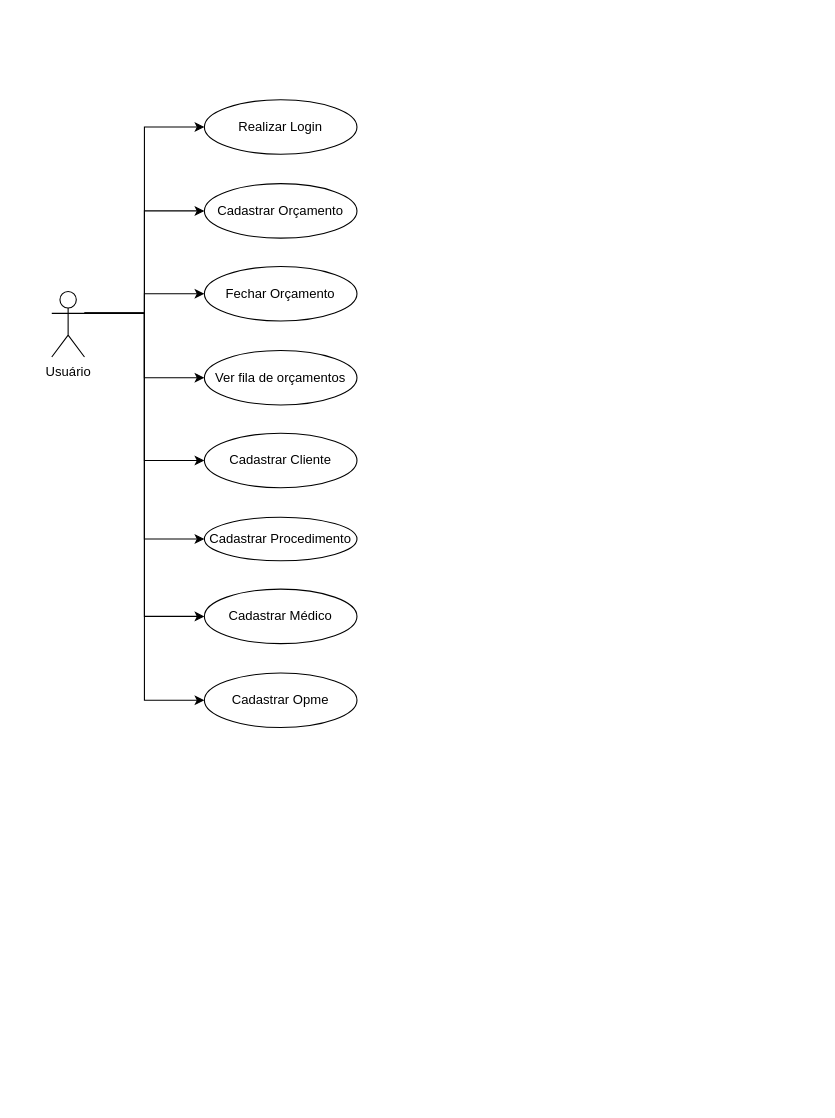
Earlier version of the draw.io diagram page "UML Use Cases" (2 of 2) of 0_docs/pic2-diagramas.drawio (marcosmorais5/cruzeiro-pit-ii). Source tidied: cells renumbered, new cells numbered last; positions are measured from the earlier drawing's top-left corner, leaving out a move shared by most shapes. Both pictures are drawn from the tidied source at 109%, with x=0, y=0 at pixel (51, 99).
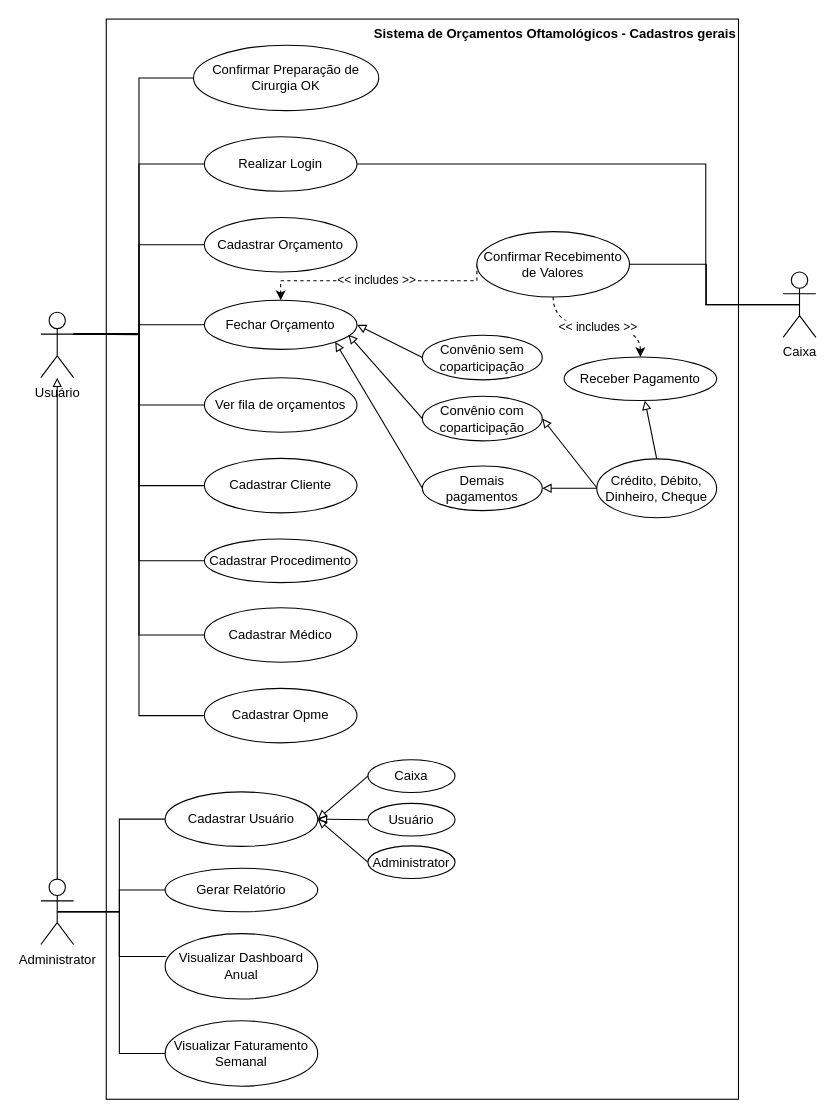
The same diagram, later.

Commit message (it also covers changes not shown here):
Corrigido um bug. Era possível excluir um orçamento, mesmo após o recebimento pelo caixa, agora não é mais possível.

Change to the diagram source:
```diff
@@
+    <mxCell id="19" value="Sistema de Orçamentos Oftamológicos - Cadastros gerais" style="rounded=0;whiteSpace=wrap;html=1;fillColor=none;verticalAlign=top;fontStyle=1;align=right;" parent="1" vertex="1">
+      <mxGeometry x="50" y="-74" width="580" height="991" as="geometry" />
+    </mxCell>
-    <mxCell id="2" style="edgeStyle=orthogonalEdgeStyle;rounded=0;jettySize=auto;html=1;exitX=1;exitY=0.3333333333333333;exitDx=0;exitDy=0;exitPerimeter=0;entryX=0;entryY=0.5;entryDx=0;entryDy=0;" parent="1" edge="1" source="9" target="11">
+    <mxCell id="2" style="edgeStyle=orthogonalEdgeStyle;rounded=0;jettySize=auto;html=1;exitX=1;exitY=0.3333333333333333;exitDx=0;exitDy=0;exitPerimeter=0;entryX=0;entryY=0.5;entryDx=0;entryDy=0;endArrow=none;endFill=0;" parent="1" edge="1" source="9" target="11">
       <mxGeometry relative="1" as="geometry" />
     </mxCell>
-    <mxCell id="3" style="edgeStyle=orthogonalEdgeStyle;rounded=0;jettySize=auto;html=1;exitX=1;exitY=0.3333333333333333;exitDx=0;exitDy=0;exitPerimeter=0;entryX=0;entryY=0.5;entryDx=0;entryDy=0;" parent="1" edge="1" source="9" target="12">
+    <mxCell id="3" style="edgeStyle=orthogonalEdgeStyle;rounded=0;jettySize=auto;html=1;exitX=1;exitY=0.3333333333333333;exitDx=0;exitDy=0;exitPerimeter=0;entryX=0;entryY=0.5;entryDx=0;entryDy=0;endArrow=none;endFill=0;" parent="1" edge="1" source="9" target="12">
       <mxGeometry relative="1" as="geometry" />
     </mxCell>
-    <mxCell id="4" style="edgeStyle=orthogonalEdgeStyle;rounded=0;jettySize=auto;html=1;exitX=1;exitY=0.3333333333333333;exitDx=0;exitDy=0;exitPerimeter=0;entryX=0;entryY=0.5;entryDx=0;entryDy=0;" parent="1" edge="1" source="9" target="13">
+    <mxCell id="4" style="edgeStyle=orthogonalEdgeStyle;rounded=0;jettySize=auto;html=1;exitX=1;exitY=0.3333333333333333;exitDx=0;exitDy=0;exitPerimeter=0;entryX=0;entryY=0.5;entryDx=0;entryDy=0;endArrow=none;endFill=0;" parent="1" edge="1" source="9" target="13">
       <mxGeometry relative="1" as="geometry" />
     </mxCell>
-    <mxCell id="5" style="edgeStyle=orthogonalEdgeStyle;rounded=0;jettySize=auto;html=1;exitX=1;exitY=0.3333333333333333;exitDx=0;exitDy=0;exitPerimeter=0;entryX=0;entryY=0.5;entryDx=0;entryDy=0;" parent="1" edge="1" source="9" target="14">
+    <mxCell id="5" style="edgeStyle=orthogonalEdgeStyle;rounded=0;jettySize=auto;html=1;exitX=1;exitY=0.3333333333333333;exitDx=0;exitDy=0;exitPerimeter=0;entryX=0;entryY=0.5;entryDx=0;entryDy=0;endArrow=none;endFill=0;" parent="1" edge="1" source="9" target="14">
       <mxGeometry relative="1" as="geometry" />
     </mxCell>
-    <mxCell id="6" style="edgeStyle=orthogonalEdgeStyle;rounded=0;jettySize=auto;html=1;exitX=1;exitY=0.3333333333333333;exitDx=0;exitDy=0;exitPerimeter=0;entryX=0;entryY=0.5;entryDx=0;entryDy=0;" parent="1" edge="1" source="9" target="15">
+    <mxCell id="6" style="edgeStyle=orthogonalEdgeStyle;rounded=0;jettySize=auto;html=1;exitX=1;exitY=0.3333333333333333;exitDx=0;exitDy=0;exitPerimeter=0;entryX=0;entryY=0.5;entryDx=0;entryDy=0;endArrow=none;endFill=0;" parent="1" edge="1" source="9" target="15">
       <mxGeometry relative="1" as="geometry" />
     </mxCell>
-    <mxCell id="7" style="edgeStyle=orthogonalEdgeStyle;rounded=0;jettySize=auto;html=1;exitX=1;exitY=0.3333333333333333;exitDx=0;exitDy=0;exitPerimeter=0;entryX=0;entryY=0.5;entryDx=0;entryDy=0;" parent="1" edge="1" source="9" target="16">
+    <mxCell id="7" style="edgeStyle=orthogonalEdgeStyle;rounded=0;jettySize=auto;html=1;exitX=1;exitY=0.3333333333333333;exitDx=0;exitDy=0;exitPerimeter=0;entryX=0;entryY=0.5;entryDx=0;entryDy=0;endArrow=none;endFill=0;" parent="1" edge="1" source="9" target="16">
       <mxGeometry relative="1" as="geometry" />
     </mxCell>
-    <mxCell id="8" style="edgeStyle=orthogonalEdgeStyle;rounded=0;jettySize=auto;html=1;exitX=1;exitY=0.3333333333333333;exitDx=0;exitDy=0;exitPerimeter=0;entryX=0;entryY=0.5;entryDx=0;entryDy=0;" parent="1" edge="1" source="9" target="18">
+    <mxCell id="8" style="edgeStyle=orthogonalEdgeStyle;rounded=0;jettySize=auto;html=1;exitX=1;exitY=0.3333333333333333;exitDx=0;exitDy=0;exitPerimeter=0;entryX=0;entryY=0.5;entryDx=0;entryDy=0;endArrow=none;endFill=0;" parent="1" edge="1" source="9" target="18">
       <mxGeometry relative="1" as="geometry" />
     </mxCell>
+    <mxCell id="20" style="edgeStyle=orthogonalEdgeStyle;rounded=0;jettySize=auto;html=1;exitX=1;exitY=0.3333333333333333;exitDx=0;exitDy=0;exitPerimeter=0;entryX=0;entryY=0.5;entryDx=0;entryDy=0;endArrow=none;endFill=0;" parent="1" edge="1" target="28">
+      <mxGeometry relative="1" as="geometry">
+        <mxPoint x="29" y="215" as="sourcePoint" />
+      </mxGeometry>
+    </mxCell>
     <mxCell id="9" value="Usuário" style="shape=umlActor;verticalLabelPosition=bottom;verticalAlign=top;html=1;" parent="1" vertex="1">
-      <mxGeometry y="176" width="30" height="60" as="geometry" />
+      <mxGeometry x="-10" y="195" width="30" height="60" as="geometry" />
     </mxCell>
     <mxCell id="10" value="Realizar Login" style="ellipse;whiteSpace=wrap;html=1;" parent="1" vertex="1">
-      <mxGeometry x="140" width="140" height="50" as="geometry" />
+      <mxGeometry x="140" y="34" width="140" height="50" as="geometry" />
     </mxCell>
     <mxCell id="11" value="Cadastrar Orçamento" style="ellipse;whiteSpace=wrap;html=1;" parent="1" vertex="1">
-      <mxGeometry x="140" y="77" width="140" height="50" as="geometry" />
+      <mxGeometry x="140" y="108" width="140" height="50" as="geometry" />
     </mxCell>
     <mxCell id="12" value="Ver fila de orçamentos" style="ellipse;whiteSpace=wrap;html=1;" parent="1" vertex="1">
-      <mxGeometry x="140" y="230" width="140" height="50" as="geometry" />
+      <mxGeometry x="140" y="255" width="140" height="50" as="geometry" />
     </mxCell>
     <mxCell id="13" value="Cadastrar Cliente" style="ellipse;whiteSpace=wrap;html=1;" parent="1" vertex="1">
-      <mxGeometry x="140" y="306" width="140" height="50" as="geometry" />
+      <mxGeometry x="140" y="329" width="140" height="50" as="geometry" />
     </mxCell>
     <mxCell id="14" value="Cadastrar Procedimento" style="ellipse;whiteSpace=wrap;html=1;" parent="1" vertex="1">
-      <mxGeometry x="140" y="383" width="140" height="40" as="geometry" />
+      <mxGeometry x="140" y="403" width="140" height="40" as="geometry" />
     </mxCell>
     <mxCell id="15" value="Cadastrar Médico" style="ellipse;whiteSpace=wrap;html=1;" parent="1" vertex="1">
-      <mxGeometry x="140" y="449" width="140" height="50" as="geometry" />
+      <mxGeometry x="140" y="466" width="140" height="50" as="geometry" />
     </mxCell>
     <mxCell id="16" value="Cadastrar Opme" style="ellipse;whiteSpace=wrap;html=1;" parent="1" vertex="1">
-      <mxGeometry x="140" y="526" width="140" height="50" as="geometry" />
+      <mxGeometry x="140" y="540" width="140" height="50" as="geometry" />
     </mxCell>
-    <mxCell id="17" style="edgeStyle=orthogonalEdgeStyle;rounded=0;jettySize=auto;html=1;entryX=0;entryY=0.5;entryDx=0;entryDy=0;strokeColor=default;exitX=1;exitY=0.3333333333333333;exitDx=0;exitDy=0;exitPerimeter=0;" parent="1" edge="1" source="9" target="10">
+    <mxCell id="17" style="edgeStyle=orthogonalEdgeStyle;rounded=0;jettySize=auto;html=1;entryX=0;entryY=0.5;entryDx=0;entryDy=0;strokeColor=default;exitX=1;exitY=0.3333333333333333;exitDx=0;exitDy=0;exitPerimeter=0;endArrow=none;endFill=0;" parent="1" edge="1" source="9" target="10">
       <mxGeometry relative="1" as="geometry" />
     </mxCell>
     <mxCell id="18" value="Fechar Orçamento" style="ellipse;whiteSpace=wrap;html=1;" parent="1" vertex="1">
-      <mxGeometry x="140" y="153" width="140" height="50" as="geometry" />
+      <mxGeometry x="140" y="184" width="140" height="45" as="geometry" />
     </mxCell>
+    <mxCell id="21" style="edgeStyle=orthogonalEdgeStyle;rounded=0;jettySize=auto;html=1;exitX=0.5;exitY=0.5;exitDx=0;exitDy=0;exitPerimeter=0;entryX=0;entryY=0.5;entryDx=0;entryDy=0;endArrow=none;endFill=0;" parent="1" edge="1" source="25" target="26">
+      <mxGeometry relative="1" as="geometry" />
+    </mxCell>
+    <mxCell id="22" style="edgeStyle=orthogonalEdgeStyle;rounded=0;jettySize=auto;html=1;exitX=0.5;exitY=0.5;exitDx=0;exitDy=0;exitPerimeter=0;entryX=0;entryY=0.5;entryDx=0;entryDy=0;endArrow=none;endFill=0;" parent="1" edge="1" source="25" target="29">
+      <mxGeometry relative="1" as="geometry" />
+    </mxCell>
+    <mxCell id="23" style="edgeStyle=orthogonalEdgeStyle;rounded=0;jettySize=auto;html=1;exitX=0.5;exitY=0;exitDx=0;exitDy=0;exitPerimeter=0;endArrow=block;endFill=0;" parent="1" edge="1" source="25" target="9">
+      <mxGeometry relative="1" as="geometry" />
+    </mxCell>
+    <mxCell id="24" style="edgeStyle=orthogonalEdgeStyle;rounded=0;jettySize=auto;html=1;exitX=0.5;exitY=0.5;exitDx=0;exitDy=0;exitPerimeter=0;entryX=0;entryY=0.5;entryDx=0;entryDy=0;endArrow=none;endFill=0;" parent="1" edge="1" source="25" target="36">
+      <mxGeometry relative="1" as="geometry" />
+    </mxCell>
+    <mxCell id="25" value="Administrator" style="shape=umlActor;verticalLabelPosition=bottom;verticalAlign=top;html=1;" parent="1" vertex="1">
+      <mxGeometry x="-10" y="715" width="30" height="60" as="geometry" />
+    </mxCell>
+    <mxCell id="26" value="Gerar Relatório" style="ellipse;whiteSpace=wrap;html=1;" parent="1" vertex="1">
+      <mxGeometry x="104" y="705" width="140" height="40" as="geometry" />
+    </mxCell>
+    <mxCell id="27" value="Visualizar Dashboard Anual" style="ellipse;whiteSpace=wrap;html=1;" parent="1" vertex="1">
+      <mxGeometry x="104" y="765" width="140" height="60" as="geometry" />
+    </mxCell>
+    <mxCell id="28" value="Confirmar Preparação de Cirurgia OK" style="ellipse;whiteSpace=wrap;html=1;" parent="1" vertex="1">
+      <mxGeometry x="130" y="-50" width="170" height="60" as="geometry" />
+    </mxCell>
+    <mxCell id="29" value="Visualizar Faturamento Semanal" style="ellipse;whiteSpace=wrap;html=1;" parent="1" vertex="1">
+      <mxGeometry x="104" y="845" width="140" height="60" as="geometry" />
+    </mxCell>
+    <mxCell id="30" style="edgeStyle=orthogonalEdgeStyle;rounded=0;jettySize=auto;html=1;exitX=0.5;exitY=0.5;exitDx=0;exitDy=0;exitPerimeter=0;entryX=0.007;entryY=0.35;entryDx=0;entryDy=0;entryPerimeter=0;endArrow=none;endFill=0;" parent="1" edge="1" source="25" target="27">
+      <mxGeometry relative="1" as="geometry" />
+    </mxCell>
+    <mxCell id="31" style="edgeStyle=orthogonalEdgeStyle;rounded=0;jettySize=auto;html=1;exitX=0.5;exitY=0.5;exitDx=0;exitDy=0;exitPerimeter=0;endArrow=none;endFill=0;" parent="1" edge="1" source="33" target="35">
+      <mxGeometry relative="1" as="geometry" />
+    </mxCell>
+    <mxCell id="32" style="edgeStyle=orthogonalEdgeStyle;rounded=0;jettySize=auto;html=1;exitX=0.5;exitY=0.5;exitDx=0;exitDy=0;exitPerimeter=0;entryX=1;entryY=0.5;entryDx=0;entryDy=0;endArrow=none;endFill=0;" parent="1" edge="1" source="33" target="10">
+      <mxGeometry relative="1" as="geometry">
+        <Array as="points">
+          <mxPoint x="600" y="188" />
+          <mxPoint x="600" y="59" />
+        </Array>
+      </mxGeometry>
+    </mxCell>
+    <mxCell id="33" value="Caixa" style="shape=umlActor;verticalLabelPosition=bottom;verticalAlign=top;html=1;" parent="1" vertex="1">
+      <mxGeometry x="671" y="158" width="30" height="60" as="geometry" />
+    </mxCell>
+    <mxCell id="34" value="&amp;lt;&amp;lt; includes &amp;gt;&amp;gt;" style="edgeStyle=orthogonalEdgeStyle;rounded=0;jettySize=auto;html=1;exitX=0;exitY=0.5;exitDx=0;exitDy=0;entryX=0.5;entryY=0;entryDx=0;entryDy=0;dashed=1;" parent="1" edge="1" source="35" target="18">
+      <mxGeometry relative="1" as="geometry">
+        <Array as="points">
+          <mxPoint x="390" y="166" />
+          <mxPoint x="210" y="166" />
+        </Array>
+      </mxGeometry>
+    </mxCell>
+    <mxCell id="35" value="Confirmar Recebimento de Valores" style="ellipse;whiteSpace=wrap;html=1;" parent="1" vertex="1">
+      <mxGeometry x="390" y="121" width="140" height="60" as="geometry" />
+    </mxCell>
+    <mxCell id="36" value="Cadastrar Usuário" style="ellipse;whiteSpace=wrap;html=1;" parent="1" vertex="1">
+      <mxGeometry x="104" y="635" width="140" height="50" as="geometry" />
+    </mxCell>
+    <mxCell id="37" value="Caixa" style="ellipse;whiteSpace=wrap;html=1;" parent="1" vertex="1">
+      <mxGeometry x="290" y="605.5" width="80" height="30" as="geometry" />
+    </mxCell>
+    <mxCell id="38" value="Usuário" style="ellipse;whiteSpace=wrap;html=1;" parent="1" vertex="1">
+      <mxGeometry x="290" y="645.5" width="80" height="30" as="geometry" />
+    </mxCell>
+    <mxCell id="39" value="Administrator" style="ellipse;whiteSpace=wrap;html=1;" parent="1" vertex="1">
+      <mxGeometry x="290" y="684.5" width="80" height="30" as="geometry" />
+    </mxCell>
+    <mxCell id="40" style="rounded=0;jettySize=auto;html=1;exitX=0;exitY=0.5;exitDx=0;exitDy=0;endArrow=block;endFill=0;entryX=1;entryY=0.5;entryDx=0;entryDy=0;" parent="1" edge="1" source="39" target="36">
+      <mxGeometry relative="1" as="geometry" />
+    </mxCell>
+    <mxCell id="41" style="rounded=0;jettySize=auto;html=1;exitX=0;exitY=0.5;exitDx=0;exitDy=0;endArrow=block;endFill=0;entryX=1;entryY=0.5;entryDx=0;entryDy=0;" parent="1" edge="1" source="38" target="36">
+      <mxGeometry relative="1" as="geometry" />
+    </mxCell>
+    <mxCell id="42" style="rounded=0;jettySize=auto;html=1;exitX=0;exitY=0.5;exitDx=0;exitDy=0;endArrow=block;endFill=0;entryX=1;entryY=0.5;entryDx=0;entryDy=0;" parent="1" edge="1" source="37" target="36">
+      <mxGeometry relative="1" as="geometry" />
+    </mxCell>
+    <mxCell id="43" value="Convênio sem coparticipação" style="ellipse;whiteSpace=wrap;html=1;" parent="1" vertex="1">
+      <mxGeometry x="340" y="216" width="110" height="41" as="geometry" />
+    </mxCell>
+    <mxCell id="44" value="Crédito, Débito, Dinheiro, Cheque" style="ellipse;whiteSpace=wrap;html=1;" parent="1" vertex="1">
+      <mxGeometry x="500" y="329.5" width="110" height="54" as="geometry" />
+    </mxCell>
+    <mxCell id="45" value="Convênio com coparticipação" style="ellipse;whiteSpace=wrap;html=1;" parent="1" vertex="1">
+      <mxGeometry x="340" y="272" width="110" height="41" as="geometry" />
+    </mxCell>
+    <mxCell id="46" value="Demais pagamentos" style="ellipse;whiteSpace=wrap;html=1;" parent="1" vertex="1">
+      <mxGeometry x="340" y="336" width="110" height="41" as="geometry" />
+    </mxCell>
+    <mxCell id="47" style="rounded=0;jettySize=auto;html=1;endArrow=block;endFill=0;entryX=1;entryY=0.5;entryDx=0;entryDy=0;exitX=0;exitY=0.5;exitDx=0;exitDy=0;" parent="1" edge="1" source="43" target="18">
+      <mxGeometry relative="1" as="geometry" />
+    </mxCell>
+    <mxCell id="48" style="rounded=0;jettySize=auto;html=1;endArrow=block;endFill=0;entryX=0.943;entryY=0.7;entryDx=0;entryDy=0;exitX=0;exitY=0.5;exitDx=0;exitDy=0;entryPerimeter=0;" parent="1" edge="1" source="45" target="18">
+      <mxGeometry relative="1" as="geometry" />
+    </mxCell>
+    <mxCell id="49" style="rounded=0;jettySize=auto;html=1;endArrow=block;endFill=0;entryX=1;entryY=1;entryDx=0;entryDy=0;exitX=0;exitY=0.5;exitDx=0;exitDy=0;" parent="1" edge="1" source="46" target="18">
+      <mxGeometry relative="1" as="geometry" />
+    </mxCell>
+    <mxCell id="50" style="rounded=0;jettySize=auto;html=1;endArrow=block;endFill=0;entryX=1;entryY=0.5;entryDx=0;entryDy=0;" parent="1" edge="1" source="44" target="46">
+      <mxGeometry relative="1" as="geometry" />
+    </mxCell>
+    <mxCell id="51" value="Receber Pagamento" style="ellipse;whiteSpace=wrap;html=1;" parent="1" vertex="1">
+      <mxGeometry x="470" y="236" width="140" height="40" as="geometry" />
+    </mxCell>
+    <mxCell id="52" style="rounded=0;jettySize=auto;html=1;endArrow=block;endFill=0;entryX=1;entryY=0.5;entryDx=0;entryDy=0;" parent="1" edge="1" target="45">
+      <mxGeometry relative="1" as="geometry">
+        <mxPoint x="500" y="356" as="sourcePoint" />
+      </mxGeometry>
+    </mxCell>
+    <mxCell id="53" style="rounded=0;jettySize=auto;html=1;endArrow=block;endFill=0;exitX=0.5;exitY=0;exitDx=0;exitDy=0;" parent="1" edge="1" source="44" target="51">
+      <mxGeometry relative="1" as="geometry" />
+    </mxCell>
+    <mxCell id="54" value="&amp;lt;&amp;lt; includes &amp;gt;&amp;gt;" style="edgeStyle=orthogonalEdgeStyle;rounded=0;jettySize=auto;html=1;exitX=0.5;exitY=1;exitDx=0;exitDy=0;entryX=0.5;entryY=0;entryDx=0;entryDy=0;dashed=1;curved=1;" parent="1" edge="1" source="35" target="51">
+      <mxGeometry relative="1" as="geometry" />
+    </mxCell>
```
